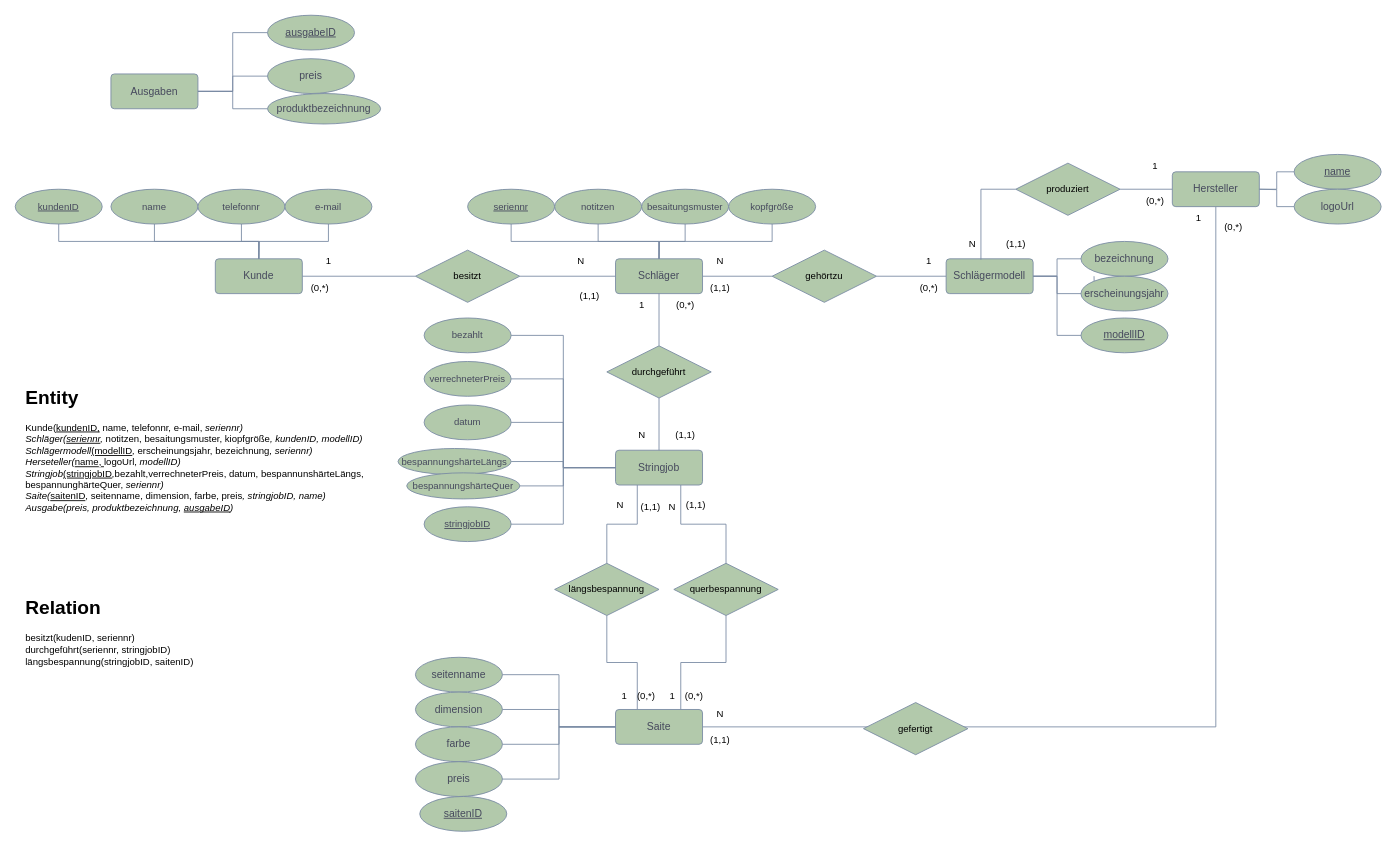
Earlier version of the draw.io diagram Stringer.drawio (IP2312/Database). Source tidied: cells renumbered, new cells numbered last; positions are measured from the earlier drawing's top-left corner, leaving out a move shared by most shapes. Both pictures are drawn from the tidied source at 87%, with x=0, y=0 at pixel (15, 15).
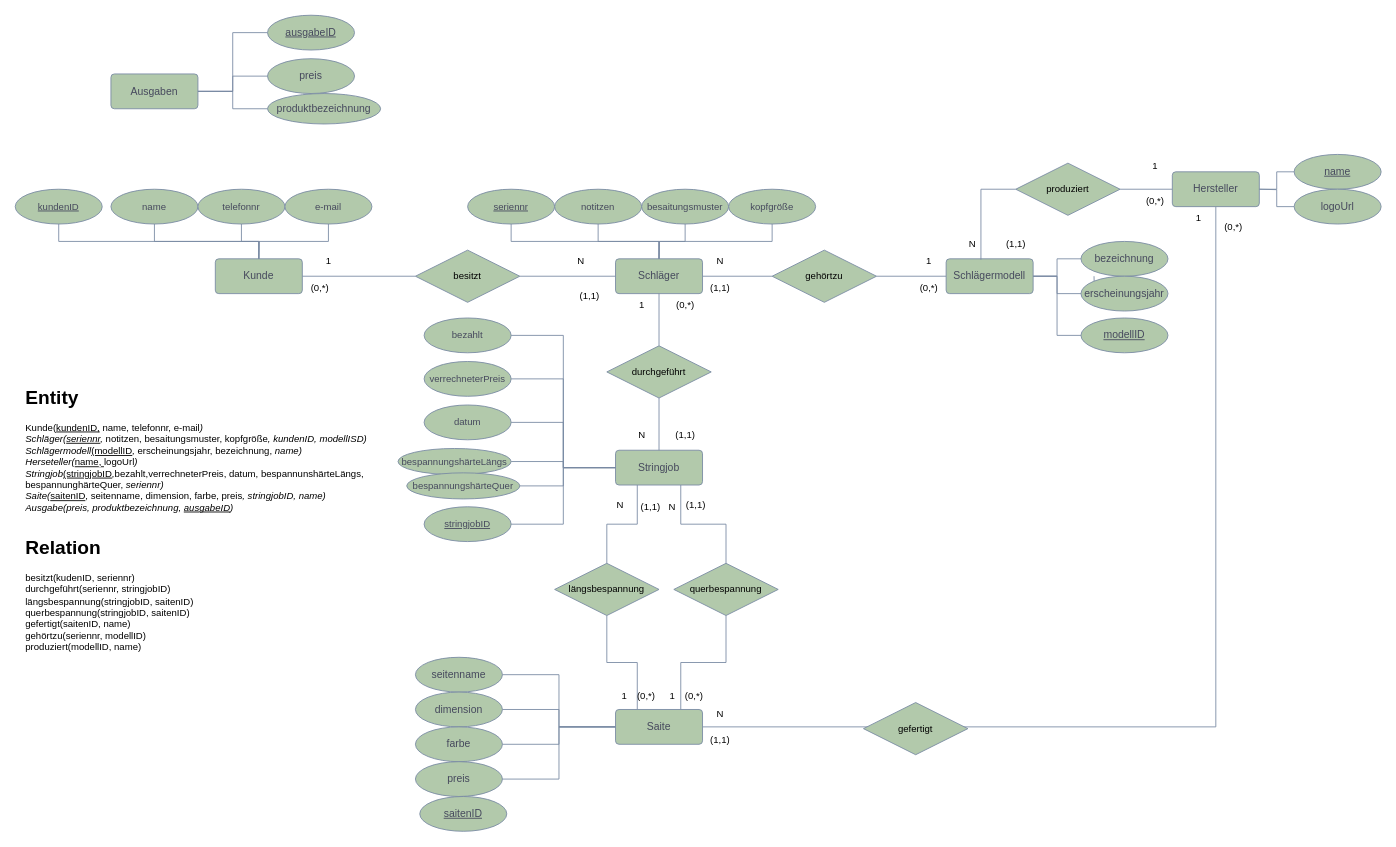
The same diagram, later.

What changed in the source:
```diff
@@
-    <mxCell id="98" value="&lt;h1 style=&quot;margin-top: 0px;&quot;&gt;&lt;span style=&quot;background-color: transparent; color: light-dark(rgb(0, 0, 0), rgb(255, 255, 255));&quot;&gt;Entity&amp;nbsp;&lt;/span&gt;&lt;/h1&gt;&lt;div&gt;&lt;span style=&quot;background-color: transparent; color: light-dark(rgb(0, 0, 0), rgb(255, 255, 255));&quot;&gt;Kunde(&lt;u&gt;kundenID,&lt;/u&gt; name, telefonnr, e-mail, &lt;i&gt;seriennr)&lt;/i&gt;&lt;/span&gt;&lt;/div&gt;&lt;div&gt;&lt;span style=&quot;background-color: transparent; color: light-dark(rgb(0, 0, 0), rgb(255, 255, 255));&quot;&gt;&lt;i&gt;Schläger(&lt;u&gt;seriennr&lt;/u&gt;,&lt;/i&gt; notitzen, besaitungsmuster, kiopfgröße&lt;i&gt;, kundenID, modellID)&lt;/i&gt;&lt;/span&gt;&lt;/div&gt;&lt;div&gt;&lt;span style=&quot;background-color: transparent; color: light-dark(rgb(0, 0, 0), rgb(255, 255, 255));&quot;&gt;&lt;i&gt;Schlägermodell&lt;/i&gt;&lt;u style=&quot;&quot;&gt;(modellID&lt;/u&gt;&lt;i&gt;,&lt;/i&gt; erscheinungsjahr, bezeichnung&lt;i&gt;, seriennr)&lt;/i&gt;&lt;/span&gt;&lt;/div&gt;&lt;div&gt;&lt;span style=&quot;background-color: transparent; color: light-dark(rgb(0, 0, 0), rgb(255, 255, 255));&quot;&gt;&lt;i&gt;Herseteller(&lt;/i&gt;&lt;u&gt;name&lt;/u&gt;&lt;u style=&quot;&quot;&gt;, &lt;/u&gt;logoUrl, &lt;i&gt;modellID)&lt;/i&gt;&lt;/span&gt;&lt;/div&gt;&lt;div&gt;&lt;span style=&quot;background-color: transparent; color: light-dark(rgb(0, 0, 0), rgb(255, 255, 255));&quot;&gt;&lt;i&gt;Stringjob&lt;/i&gt;&lt;u style=&quot;&quot;&gt;(stringjobID&lt;/u&gt;&lt;i&gt;,&lt;/i&gt;bezahlt,verrechneterPreis, datum, bespannunshärteLängs, bespannunghärteQuer,&lt;i&gt; seriennr)&lt;/i&gt;&lt;/span&gt;&lt;/div&gt;&lt;div&gt;&lt;span style=&quot;background-color: transparent; color: light-dark(rgb(0, 0, 0), rgb(255, 255, 255));&quot;&gt;&lt;i&gt;Saite(&lt;/i&gt;&lt;u&gt;saitenID&lt;/u&gt;, seitenname, dimension, farbe, preis&lt;i&gt;, stringjobID, name)&lt;/i&gt;&lt;/span&gt;&lt;/div&gt;&lt;div&gt;&lt;span style=&quot;background-color: transparent; color: light-dark(rgb(0, 0, 0), rgb(255, 255, 255));&quot;&gt;&lt;i&gt;Ausgabe(preis, produktbezeichnung, &lt;u&gt;ausgabeID&lt;/u&gt;)&lt;/i&gt;&lt;/span&gt;&lt;/div&gt;&lt;div&gt;&lt;span style=&quot;background-color: transparent; color: light-dark(rgb(0, 0, 0), rgb(255, 255, 255));&quot;&gt;&lt;i&gt;&lt;br&gt;&lt;/i&gt;&lt;/span&gt;&lt;/div&gt;&lt;h1 style=&quot;margin-top: 0px;&quot;&gt;&lt;span style=&quot;background-color: transparent; color: light-dark(rgb(0, 0, 0), rgb(255, 255, 255));&quot;&gt;&lt;br&gt;&lt;/span&gt;&lt;/h1&gt;&lt;h1 style=&quot;margin-top: 0px;&quot;&gt;&lt;span style=&quot;background-color: transparent; color: light-dark(rgb(0, 0, 0), rgb(255, 255, 255));&quot;&gt;&lt;br&gt;&lt;/span&gt;&lt;/h1&gt;&lt;h1 style=&quot;margin-top: 0px;&quot;&gt;&lt;span style=&quot;background-color: transparent; color: light-dark(rgb(0, 0, 0), rgb(255, 255, 255));&quot;&gt;Relation&lt;/span&gt;&lt;/h1&gt;&lt;div&gt;besitzt(kudenID, seriennr)&lt;/div&gt;&lt;div&gt;durchgeführt(seriennr, stringjobID)&lt;/div&gt;&lt;div&gt;längsbespannung(stringjobID, saitenID)&lt;/div&gt;&lt;h1 style=&quot;margin-top: 0px;&quot;&gt;&lt;span style=&quot;background-color: transparent; color: light-dark(rgb(0, 0, 0), rgb(255, 255, 255)); font-size: 11px; font-weight: normal;&quot;&gt;&lt;br&gt;&lt;/span&gt;&lt;/h1&gt;&lt;h1 style=&quot;margin-top: 0px;&quot;&gt;&lt;br&gt;&lt;/h1&gt;" style="text;html=1;whiteSpace=wrap;overflow=hidden;rounded=0;fontFamily=Helvetica;fontSize=11;fontColor=default;labelBackgroundColor=none;" parent="1" vertex="1">
+    <mxCell id="98" value="&lt;h1 style=&quot;margin-top: 0px;&quot;&gt;&lt;span style=&quot;background-color: transparent; color: light-dark(rgb(0, 0, 0), rgb(255, 255, 255));&quot;&gt;Entity&amp;nbsp;&lt;/span&gt;&lt;/h1&gt;&lt;div&gt;&lt;span style=&quot;background-color: transparent; color: light-dark(rgb(0, 0, 0), rgb(255, 255, 255));&quot;&gt;Kunde(&lt;u&gt;kundenID,&lt;/u&gt; name, telefonnr, e-mail&lt;i&gt;)&lt;/i&gt;&lt;/span&gt;&lt;/div&gt;&lt;div&gt;&lt;span style=&quot;background-color: transparent; color: light-dark(rgb(0, 0, 0), rgb(255, 255, 255));&quot;&gt;&lt;i&gt;Schläger(&lt;u&gt;seriennr&lt;/u&gt;,&lt;/i&gt; notitzen, besaitungsmuster, kopfgröße&lt;i&gt;, kundenID, modellISD)&lt;/i&gt;&lt;/span&gt;&lt;/div&gt;&lt;div&gt;&lt;span style=&quot;background-color: transparent; color: light-dark(rgb(0, 0, 0), rgb(255, 255, 255));&quot;&gt;&lt;i&gt;Schlägermodell&lt;/i&gt;&lt;u style=&quot;&quot;&gt;(modellID&lt;/u&gt;&lt;i&gt;,&lt;/i&gt; erscheinungsjahr, bezeichnung, &lt;i&gt;name)&lt;/i&gt;&lt;/span&gt;&lt;/div&gt;&lt;div&gt;&lt;span style=&quot;background-color: transparent; color: light-dark(rgb(0, 0, 0), rgb(255, 255, 255));&quot;&gt;&lt;i&gt;Herseteller(&lt;/i&gt;&lt;u&gt;name&lt;/u&gt;&lt;u style=&quot;&quot;&gt;, &lt;/u&gt;logoUrl&lt;i&gt;)&lt;/i&gt;&lt;/span&gt;&lt;/div&gt;&lt;div&gt;&lt;span style=&quot;background-color: transparent; color: light-dark(rgb(0, 0, 0), rgb(255, 255, 255));&quot;&gt;&lt;i&gt;Stringjob&lt;/i&gt;&lt;u style=&quot;&quot;&gt;(stringjobID&lt;/u&gt;&lt;i&gt;,&lt;/i&gt;bezahlt,verrechneterPreis, datum, bespannunshärteLängs, bespannunghärteQuer,&lt;i&gt; seriennr)&lt;/i&gt;&lt;/span&gt;&lt;/div&gt;&lt;div&gt;&lt;span style=&quot;background-color: transparent; color: light-dark(rgb(0, 0, 0), rgb(255, 255, 255));&quot;&gt;&lt;i&gt;Saite(&lt;/i&gt;&lt;u&gt;saitenID&lt;/u&gt;, seitenname, dimension, farbe, preis&lt;i&gt;, stringjobID, name)&lt;/i&gt;&lt;/span&gt;&lt;/div&gt;&lt;div&gt;&lt;span style=&quot;background-color: transparent; color: light-dark(rgb(0, 0, 0), rgb(255, 255, 255));&quot;&gt;&lt;i&gt;Ausgabe(preis, produktbezeichnung, &lt;u&gt;ausgabeID&lt;/u&gt;)&lt;/i&gt;&lt;/span&gt;&lt;/div&gt;&lt;div&gt;&lt;span style=&quot;background-color: transparent; color: light-dark(rgb(0, 0, 0), rgb(255, 255, 255));&quot;&gt;&lt;i&gt;&lt;br&gt;&lt;/i&gt;&lt;/span&gt;&lt;/div&gt;&lt;div&gt;&lt;span style=&quot;background-color: transparent; color: light-dark(rgb(0, 0, 0), rgb(255, 255, 255));&quot;&gt;&lt;i&gt;&lt;br&gt;&lt;/i&gt;&lt;/span&gt;&lt;/div&gt;&lt;h1 style=&quot;margin-top: 0px;&quot;&gt;&lt;span style=&quot;background-color: transparent; color: light-dark(rgb(0, 0, 0), rgb(255, 255, 255));&quot;&gt;Relation&lt;/span&gt;&lt;/h1&gt;&lt;div&gt;besitzt(kudenID, seriennr)&lt;/div&gt;&lt;div&gt;durchgeführt(seriennr, stringjobID)&lt;/div&gt;&lt;div&gt;längsbespannung(stringjobID, saitenID)&lt;/div&gt;&lt;div&gt;querbespannung(stringjobID, saitenID)&lt;/div&gt;&lt;div&gt;gefertigt(saitenID, name)&lt;/div&gt;&lt;div&gt;gehörtzu(seriennr, modellID)&lt;/div&gt;&lt;div&gt;produziert(modellID, name)&lt;/div&gt;&lt;h1 style=&quot;margin-top: 0px;&quot;&gt;&lt;span style=&quot;background-color: transparent; color: light-dark(rgb(0, 0, 0), rgb(255, 255, 255)); font-size: 11px; font-weight: normal;&quot;&gt;&lt;br&gt;&lt;/span&gt;&lt;/h1&gt;&lt;h1 style=&quot;margin-top: 0px;&quot;&gt;&lt;br&gt;&lt;/h1&gt;" style="text;html=1;whiteSpace=wrap;overflow=hidden;rounded=0;fontFamily=Helvetica;fontSize=11;fontColor=default;labelBackgroundColor=none;" parent="1" vertex="1">
       <mxGeometry x="10" y="420" width="420" height="400" as="geometry" />
     </mxCell>
```
